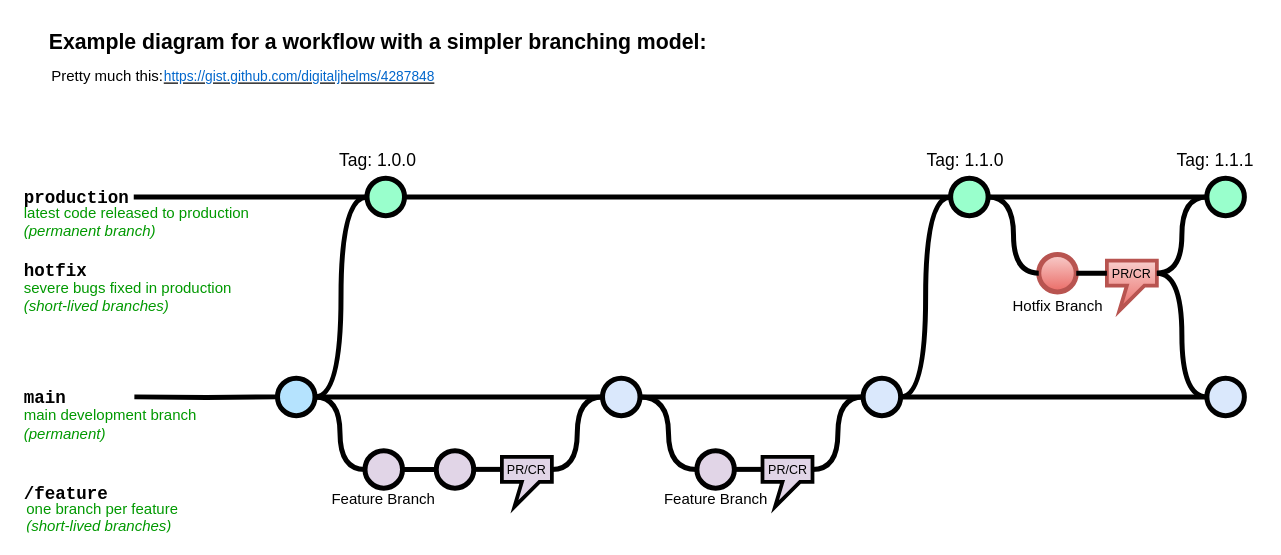
Earlier version of the draw.io diagram page "simple jsi-flow" (1 of 2) of jsi-flow.drawio (bcrandell/data-assets). Source tidied: cells renumbered, new cells numbered last; positions are measured from the earlier drawing's top-left corner, leaving out a move shared by most shapes. Both pictures are drawn from the tidied source at 125%, with x=0, y=0 at pixel (21, 21).
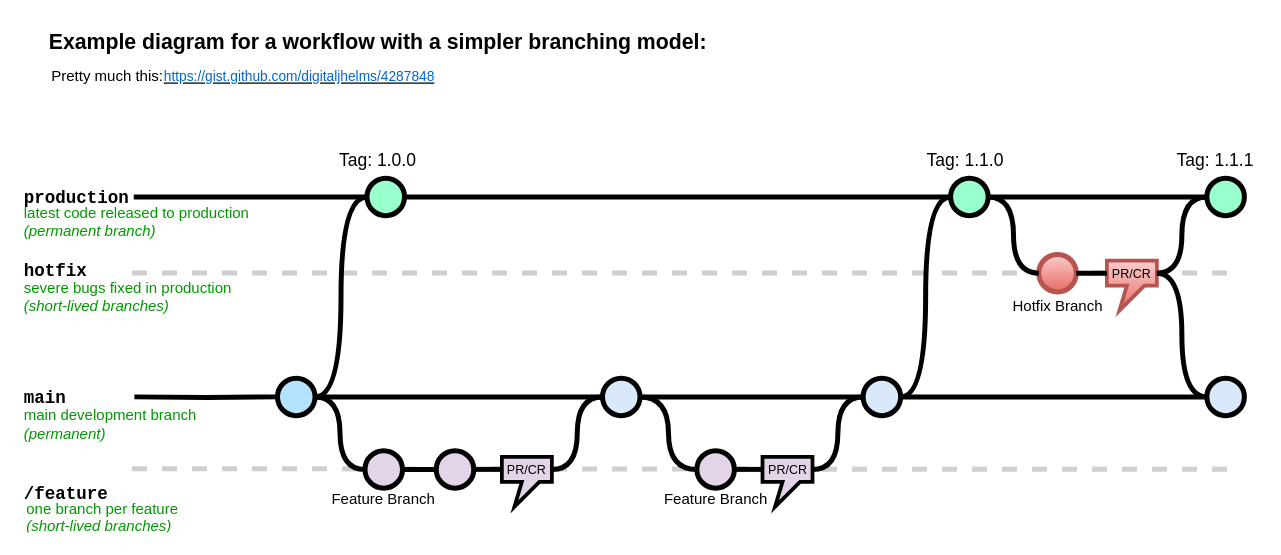
Above is the later version.

The edit, as a diff of the source:
```diff
@@
+    <mxCell id="58" style="endArrow=none;dashed=1;html=1;rounded=0;strokeWidth=4;fillColor=#f5f5f5;strokeColor=#CFCFCF;" parent="1" edge="1">
+      <mxGeometry relative="1" as="geometry">
+        <mxPoint x="88.1" y="200.8" as="sourcePoint" />
+        <mxPoint x="970" y="201" as="targetPoint" />
+      </mxGeometry>
+    </mxCell>
+    <mxCell id="59" style="endArrow=none;dashed=1;html=1;rounded=0;strokeWidth=4;fillColor=#f5f5f5;strokeColor=#CFCFCF;" parent="1" edge="1">
+      <mxGeometry relative="1" as="geometry">
+        <mxPoint x="88.1" y="357.5" as="sourcePoint" />
+        <mxPoint x="970" y="358" as="targetPoint" />
+      </mxGeometry>
+    </mxCell>
```
